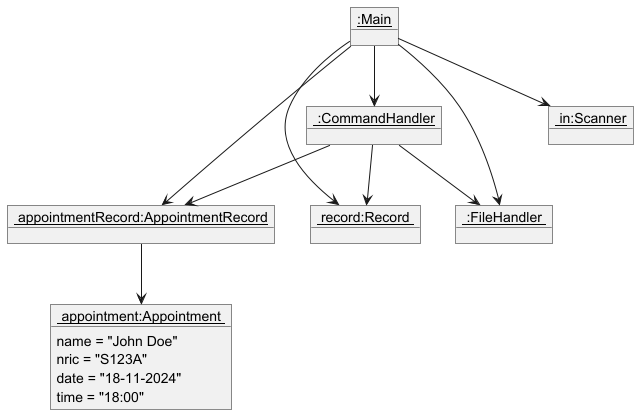
This is docs/AfterExecutionOD.png from yentheng0110/tp, a PlantUML export, as it was before one commit. Source of this version:
```plantuml
@startuml

object "<u>:Main</u>" as Main
object "<u> :CommandHandler</u>" as CommandHandler
object "<u> in:Scanner</u>" as Scanner
object "<u> appointment:Appointment </u>" as Appointment {
name = "John Doe"
nric = "S123A"
date = "18-11-2024"
time = "18:00"
}
object "<u> appointmentRecord:AppointmentRecord</u>" as AppointmentRecord
object "<u> record:Record </u>" as Record
object "<u> :FileHandler </u>" as FileHandler

Main --> Record
Main --> AppointmentRecord
Main --> FileHandler
Main --> CommandHandler
Main --> Scanner
CommandHandler --> FileHandler
CommandHandler --> AppointmentRecord
CommandHandler --> Record
AppointmentRecord --> Appointment

@enduml
```
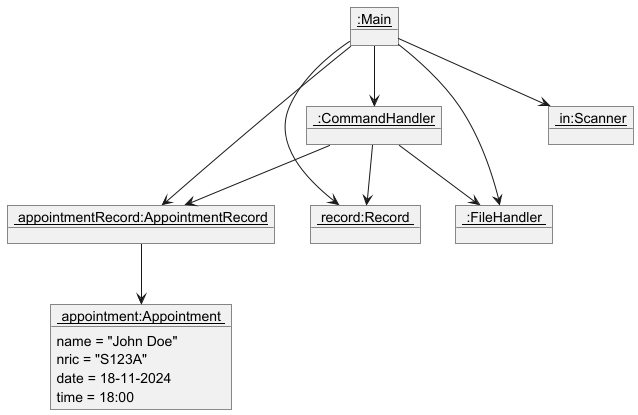
After the commit.

Commit message:
Modify attribute of Appointment

Diff of the diagram source:
```diff
@@ -6,8 +6,8 @@
 object "<u> appointment:Appointment </u>" as Appointment {
 name = "John Doe"
 nric = "S123A"
-date = "18-11-2024"
-time = "18:00"
+date = 18-11-2024
+time = 18:00
 }
 object "<u> appointmentRecord:AppointmentRecord</u>" as AppointmentRecord
 object "<u> record:Record </u>" as Record
```
